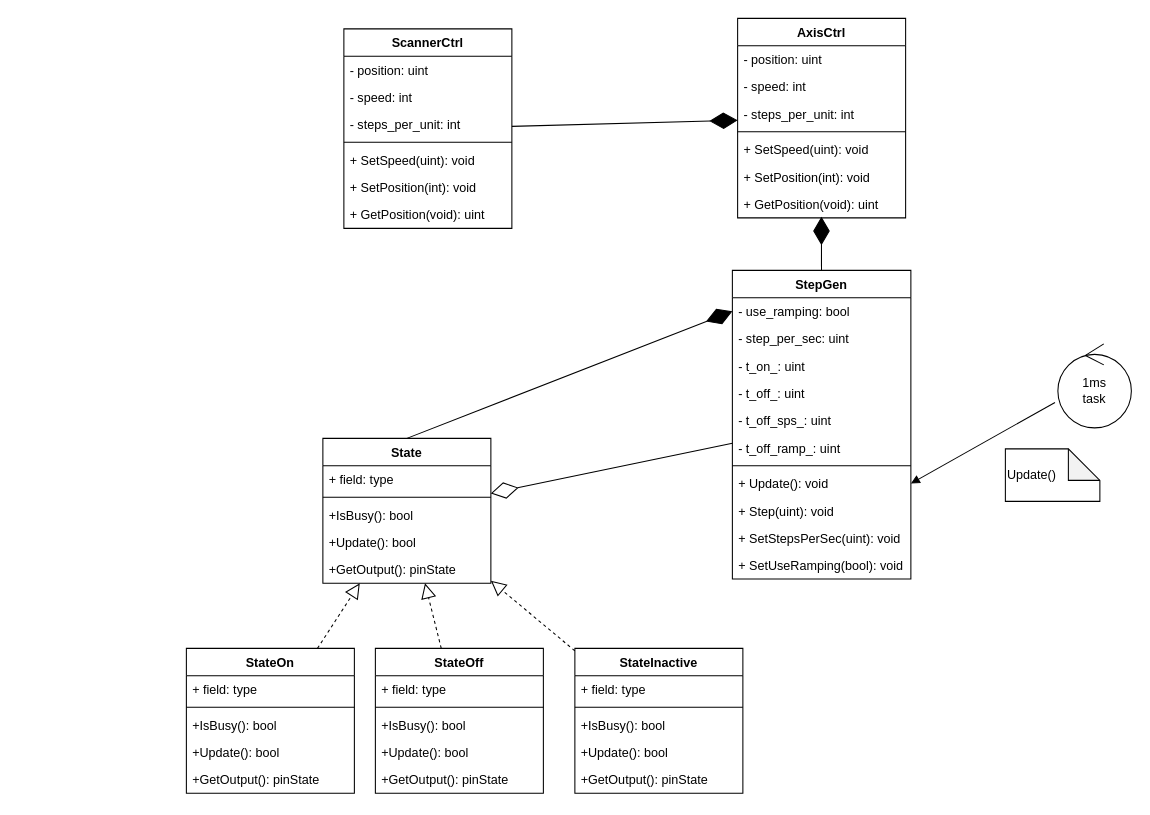
Before: page "Page-1" (1 of 2) of serialEventHdlr/scanner/doc/scanner.drawio in johanp1/HackDay, a draw.io diagram. Source tidied: cells renumbered, new cells numbered last; positions are measured from the earlier drawing's top-left corner, leaving out a move shared by most shapes. Both pictures are drawn from the tidied source at 105%, with x=0, y=0 at pixel (186, 18).
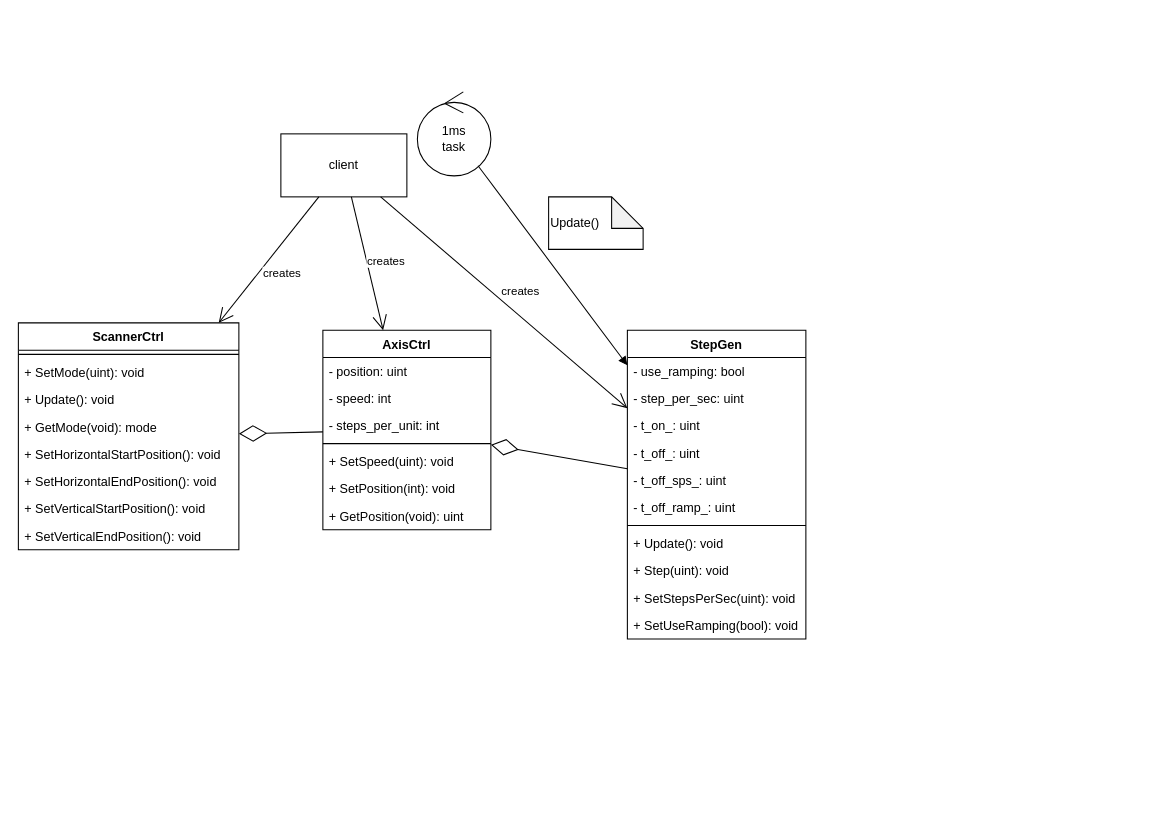
The same page after the edit.

Commit message (it also covers changes not shown here):
scanner.drawio updated to reflect recent changes

Unchanged cells that the change refers to:
```xml
<mxCell id="9" value="+ GetPosition(void): uint" style="text;strokeColor=none;fillColor=none;align=left;verticalAlign=top;spacingLeft=4;spacingRight=4;overflow=hidden;points=[[0,0.5],[1,0.5]];portConstraint=eastwest;" parent="2" vertex="1">
  <mxGeometry y="164" width="160" height="26" as="geometry" />
</mxCell>
<mxCell id="11" value="- use_ramping: bool" style="text;strokeColor=none;fillColor=none;align=left;verticalAlign=top;spacingLeft=4;spacingRight=4;overflow=hidden;points=[[0,0.5],[1,0.5]];portConstraint=eastwest;" parent="10" vertex="1">
  <mxGeometry y="26" width="170" height="26" as="geometry" />
</mxCell>
<mxCell id="18" value="+ Update(): void" style="text;strokeColor=none;fillColor=none;align=left;verticalAlign=top;spacingLeft=4;spacingRight=4;overflow=hidden;points=[[0,0.5],[1,0.5]];portConstraint=eastwest;" parent="10" vertex="1">
  <mxGeometry y="190" width="170" height="26" as="geometry" />
</mxCell>
```

Diff of the diagram source:
```diff
@@
     <mxCell id="2" value="AxisCtrl" style="swimlane;fontStyle=1;align=center;verticalAlign=top;horizontal=1;startSize=26;" parent="1" vertex="1">
-      <mxGeometry x="525" width="160" height="190" as="geometry" />
+      <mxGeometry x="130" y="297" width="160" height="190" as="geometry" />
     </mxCell>
@@
     <mxCell id="10" value="StepGen" style="swimlane;fontStyle=1;align=center;verticalAlign=top;horizontal=1;startSize=26;" parent="1" vertex="1">
-      <mxGeometry x="520" y="240" width="170" height="294" as="geometry" />
+      <mxGeometry x="420" y="297" width="170" height="294" as="geometry" />
     </mxCell>
@@
-    <mxCell id="22" style="endArrow=diamondThin;endFill=1;endSize=24;html=1;rounded=0;entryX=0.499;entryY=0.962;entryDx=0;entryDy=0;entryPerimeter=0;" parent="1" edge="1" source="10" target="9">
-      <mxGeometry relative="1" as="geometry" />
-    </mxCell>
-    <mxCell id="23" value="State" style="swimlane;fontStyle=1;align=center;verticalAlign=top;horizontal=1;startSize=26;" parent="1" vertex="1">
-      <mxGeometry x="130" y="400" width="160" height="138" as="geometry" />
-    </mxCell>
-    <mxCell id="24" value="+ field: type" style="text;strokeColor=none;fillColor=none;align=left;verticalAlign=top;spacingLeft=4;spacingRight=4;overflow=hidden;" parent="23" vertex="1">
-      <mxGeometry y="26" width="160" height="26" as="geometry" />
-    </mxCell>
-    <mxCell id="25" style="line;strokeWidth=1;fillColor=none;align=left;verticalAlign=middle;spacingTop=-1;spacingLeft=3;spacingRight=3;labelPosition=right;" parent="23" vertex="1">
-      <mxGeometry y="52" width="160" height="8" as="geometry" />
-    </mxCell>
-    <mxCell id="26" value="+IsBusy(): bool" style="text;strokeColor=none;fillColor=none;align=left;verticalAlign=top;spacingLeft=4;spacingRight=4;overflow=hidden;" parent="23" vertex="1">
-      <mxGeometry y="60" width="160" height="26" as="geometry" />
-    </mxCell>
-    <mxCell id="27" value="+Update(): bool" style="text;strokeColor=none;fillColor=none;align=left;verticalAlign=top;spacingLeft=4;spacingRight=4;overflow=hidden;" parent="23" vertex="1">
-      <mxGeometry y="86" width="160" height="26" as="geometry" />
-    </mxCell>
-    <mxCell id="28" value="+GetOutput(): pinState" style="text;strokeColor=none;fillColor=none;align=left;verticalAlign=top;spacingLeft=4;spacingRight=4;overflow=hidden;" parent="23" vertex="1">
-      <mxGeometry y="112" width="160" height="26" as="geometry" />
-    </mxCell>
-    <mxCell id="29" style="endArrow=diamondThin;endFill=0;endSize=24;html=1;rounded=0;" parent="1" edge="1" source="10" target="23">
+    <mxCell id="29" style="endArrow=diamondThin;endFill=0;endSize=24;html=1;rounded=0;" parent="1" edge="1" source="10" target="2">
       <mxGeometry relative="1" as="geometry" />
     </mxCell>
-    <mxCell id="30" style="endArrow=diamondThin;endFill=1;endSize=24;html=1;rounded=0;exitX=0.5;exitY=0;exitDx=0;exitDy=0;entryX=0;entryY=0.5;entryDx=0;entryDy=0;" parent="1" edge="1" source="23" target="11">
-      <mxGeometry relative="1" as="geometry" />
-    </mxCell>
-    <mxCell id="31" value="StateInactive" style="swimlane;fontStyle=1;align=center;verticalAlign=top;horizontal=1;startSize=26;" parent="1" vertex="1">
-      <mxGeometry x="370" y="600" width="160" height="138" as="geometry" />
-    </mxCell>
-    <mxCell id="32" value="+ field: type" style="text;strokeColor=none;fillColor=none;align=left;verticalAlign=top;spacingLeft=4;spacingRight=4;overflow=hidden;" parent="31" vertex="1">
-      <mxGeometry y="26" width="160" height="26" as="geometry" />
-    </mxCell>
-    <mxCell id="33" style="line;strokeWidth=1;fillColor=none;align=left;verticalAlign=middle;spacingTop=-1;spacingLeft=3;spacingRight=3;labelPosition=right;" parent="31" vertex="1">
-      <mxGeometry y="52" width="160" height="8" as="geometry" />
-    </mxCell>
-    <mxCell id="34" value="+IsBusy(): bool" style="text;strokeColor=none;fillColor=none;align=left;verticalAlign=top;spacingLeft=4;spacingRight=4;overflow=hidden;" parent="31" vertex="1">
-      <mxGeometry y="60" width="160" height="26" as="geometry" />
-    </mxCell>
-    <mxCell id="35" value="+Update(): bool" style="text;strokeColor=none;fillColor=none;align=left;verticalAlign=top;spacingLeft=4;spacingRight=4;overflow=hidden;" parent="31" vertex="1">
-      <mxGeometry y="86" width="160" height="26" as="geometry" />
-    </mxCell>
-    <mxCell id="36" value="+GetOutput(): pinState" style="text;strokeColor=none;fillColor=none;align=left;verticalAlign=top;spacingLeft=4;spacingRight=4;overflow=hidden;" parent="31" vertex="1">
-      <mxGeometry y="112" width="160" height="26" as="geometry" />
-    </mxCell>
-    <mxCell id="37" value="StateOff" style="swimlane;fontStyle=1;align=center;verticalAlign=top;horizontal=1;startSize=26;" parent="1" vertex="1">
-      <mxGeometry x="180" y="600" width="160" height="138" as="geometry" />
-    </mxCell>
-    <mxCell id="38" value="+ field: type" style="text;strokeColor=none;fillColor=none;align=left;verticalAlign=top;spacingLeft=4;spacingRight=4;overflow=hidden;" parent="37" vertex="1">
-      <mxGeometry y="26" width="160" height="26" as="geometry" />
-    </mxCell>
-    <mxCell id="39" style="line;strokeWidth=1;fillColor=none;align=left;verticalAlign=middle;spacingTop=-1;spacingLeft=3;spacingRight=3;labelPosition=right;" parent="37" vertex="1">
-      <mxGeometry y="52" width="160" height="8" as="geometry" />
-    </mxCell>
-    <mxCell id="40" value="+IsBusy(): bool" style="text;strokeColor=none;fillColor=none;align=left;verticalAlign=top;spacingLeft=4;spacingRight=4;overflow=hidden;" parent="37" vertex="1">
-      <mxGeometry y="60" width="160" height="26" as="geometry" />
-    </mxCell>
-    <mxCell id="41" value="+Update(): bool" style="text;strokeColor=none;fillColor=none;align=left;verticalAlign=top;spacingLeft=4;spacingRight=4;overflow=hidden;" parent="37" vertex="1">
-      <mxGeometry y="86" width="160" height="26" as="geometry" />
-    </mxCell>
-    <mxCell id="42" value="+GetOutput(): pinState" style="text;strokeColor=none;fillColor=none;align=left;verticalAlign=top;spacingLeft=4;spacingRight=4;overflow=hidden;" parent="37" vertex="1">
-      <mxGeometry y="112" width="160" height="26" as="geometry" />
-    </mxCell>
-    <mxCell id="43" value="StateOn" style="swimlane;fontStyle=1;align=center;verticalAlign=top;horizontal=1;startSize=26;" parent="1" vertex="1">
-      <mxGeometry y="600" width="160" height="138" as="geometry" />
-    </mxCell>
-    <mxCell id="44" value="+ field: type" style="text;strokeColor=none;fillColor=none;align=left;verticalAlign=top;spacingLeft=4;spacingRight=4;overflow=hidden;" parent="43" vertex="1">
-      <mxGeometry y="26" width="160" height="26" as="geometry" />
-    </mxCell>
-    <mxCell id="45" style="line;strokeWidth=1;fillColor=none;align=left;verticalAlign=middle;spacingTop=-1;spacingLeft=3;spacingRight=3;labelPosition=right;" parent="43" vertex="1">
-      <mxGeometry y="52" width="160" height="8" as="geometry" />
-    </mxCell>
-    <mxCell id="46" value="+IsBusy(): bool" style="text;strokeColor=none;fillColor=none;align=left;verticalAlign=top;spacingLeft=4;spacingRight=4;overflow=hidden;" parent="43" vertex="1">
-      <mxGeometry y="60" width="160" height="26" as="geometry" />
-    </mxCell>
-    <mxCell id="47" value="+Update(): bool" style="text;strokeColor=none;fillColor=none;align=left;verticalAlign=top;spacingLeft=4;spacingRight=4;overflow=hidden;" parent="43" vertex="1">
-      <mxGeometry y="86" width="160" height="26" as="geometry" />
-    </mxCell>
-    <mxCell id="48" value="+GetOutput(): pinState" style="text;strokeColor=none;fillColor=none;align=left;verticalAlign=top;spacingLeft=4;spacingRight=4;overflow=hidden;" parent="43" vertex="1">
-      <mxGeometry y="112" width="160" height="26" as="geometry" />
-    </mxCell>
-    <mxCell id="49" style="endArrow=block;dashed=1;endFill=0;endSize=12;html=1;rounded=0;" parent="1" edge="1" source="43" target="23">
-      <mxGeometry relative="1" as="geometry" />
-    </mxCell>
-    <mxCell id="50" style="endArrow=block;dashed=1;endFill=0;endSize=12;html=1;rounded=0;" parent="1" edge="1" source="37" target="23">
-      <mxGeometry relative="1" as="geometry" />
-    </mxCell>
-    <mxCell id="51" style="endArrow=block;dashed=1;endFill=0;endSize=12;html=1;rounded=0;" parent="1" edge="1" source="31" target="23">
-      <mxGeometry relative="1" as="geometry" />
-    </mxCell>
     <mxCell id="52" value="1ms&lt;br&gt;task" style="ellipse;shape=umlControl;whiteSpace=wrap;html=1;" parent="1" vertex="1">
-      <mxGeometry x="830" y="310" width="70" height="80" as="geometry" />
+      <mxGeometry x="220" y="70" width="70" height="80" as="geometry" />
     </mxCell>
-    <mxCell id="53" style="html=1;verticalAlign=bottom;labelBackgroundColor=none;endArrow=block;endFill=1;rounded=0;entryX=1;entryY=0.5;entryDx=0;entryDy=0;exitX=-0.039;exitY=0.697;exitDx=0;exitDy=0;exitPerimeter=0;" parent="1" edge="1" source="52" target="18">
+    <mxCell id="53" style="html=1;verticalAlign=bottom;labelBackgroundColor=none;endArrow=block;endFill=1;rounded=0;" parent="1" edge="1" source="52" target="10">
       <mxGeometry relative="1" as="geometry" />
     </mxCell>
     <mxCell id="54" value="Update()" style="shape=note;whiteSpace=wrap;html=1;backgroundOutline=1;darkOpacity=0.05;align=left;" parent="1" vertex="1">
-      <mxGeometry x="780" y="410" width="90" height="50" as="geometry" />
+      <mxGeometry x="345" y="170" width="90" height="50" as="geometry" />
     </mxCell>
     <mxCell id="55" value="ScannerCtrl" style="swimlane;fontStyle=1;align=center;verticalAlign=top;horizontal=1;startSize=26;" parent="1" vertex="1">
-      <mxGeometry x="150" y="10" width="160" height="190" as="geometry" />
+      <mxGeometry x="-160" y="290" width="210" height="216" as="geometry" />
     </mxCell>
-    <mxCell id="56" value="- position: uint" style="text;strokeColor=none;fillColor=none;align=left;verticalAlign=top;spacingLeft=4;spacingRight=4;overflow=hidden;" parent="55" vertex="1">
-      <mxGeometry y="26" width="160" height="26" as="geometry" />
-    </mxCell>
-    <mxCell id="57" value="- speed: int" style="text;strokeColor=none;fillColor=none;align=left;verticalAlign=top;spacingLeft=4;spacingRight=4;overflow=hidden;" parent="55" vertex="1">
-      <mxGeometry y="52" width="160" height="26" as="geometry" />
-    </mxCell>
-    <mxCell id="58" value="- steps_per_unit: int" style="text;strokeColor=none;fillColor=none;align=left;verticalAlign=top;spacingLeft=4;spacingRight=4;overflow=hidden;" parent="55" vertex="1">
-      <mxGeometry y="78" width="160" height="26" as="geometry" />
-    </mxCell>
     <mxCell id="59" style="line;strokeWidth=1;fillColor=none;align=left;verticalAlign=middle;spacingTop=-1;spacingLeft=3;spacingRight=3;labelPosition=right;" parent="55" vertex="1">
-      <mxGeometry y="104" width="160" height="8" as="geometry" />
+      <mxGeometry y="26" width="210" height="8" as="geometry" />
     </mxCell>
-    <mxCell id="60" value="+ SetSpeed(uint): void" style="text;strokeColor=none;fillColor=none;align=left;verticalAlign=top;spacingLeft=4;spacingRight=4;overflow=hidden;" parent="55" vertex="1">
-      <mxGeometry y="112" width="160" height="26" as="geometry" />
+    <mxCell id="60" value="+ SetMode(uint): void" style="text;strokeColor=none;fillColor=none;align=left;verticalAlign=top;spacingLeft=4;spacingRight=4;overflow=hidden;" parent="55" vertex="1">
+      <mxGeometry y="34" width="210" height="26" as="geometry" />
     </mxCell>
-    <mxCell id="61" value="+ SetPosition(int): void" style="text;strokeColor=none;fillColor=none;align=left;verticalAlign=top;spacingLeft=4;spacingRight=4;overflow=hidden;" parent="55" vertex="1">
-      <mxGeometry y="138" width="160" height="26" as="geometry" />
+    <mxCell id="61" value="+ Update(): void" style="text;strokeColor=none;fillColor=none;align=left;verticalAlign=top;spacingLeft=4;spacingRight=4;overflow=hidden;" parent="55" vertex="1">
+      <mxGeometry y="60" width="210" height="26" as="geometry" />
     </mxCell>
-    <mxCell id="62" value="+ GetPosition(void): uint" style="text;strokeColor=none;fillColor=none;align=left;verticalAlign=top;spacingLeft=4;spacingRight=4;overflow=hidden;" parent="55" vertex="1">
-      <mxGeometry y="164" width="160" height="26" as="geometry" />
+    <mxCell id="62" value="+ GetMode(void): mode" style="text;strokeColor=none;fillColor=none;align=left;verticalAlign=top;spacingLeft=4;spacingRight=4;overflow=hidden;" parent="55" vertex="1">
+      <mxGeometry y="86" width="210" height="26" as="geometry" />
     </mxCell>
-    <mxCell id="63" style="endArrow=diamondThin;endFill=1;endSize=24;html=1;rounded=0;" parent="1" edge="1" source="55" target="2">
-      <mxGeometry relative="1" as="geometry" />
-    </mxCell>
+    <mxCell id="64" value="+ SetHorizontalStartPosition(): void" style="text;strokeColor=none;fillColor=none;align=left;verticalAlign=top;spacingLeft=4;spacingRight=4;overflow=hidden;" parent="55" vertex="1">
+      <mxGeometry y="112" width="210" height="26" as="geometry" />
+    </mxCell>
+    <mxCell id="65" value="+ SetHorizontalEndPosition(): void" style="text;strokeColor=none;fillColor=none;align=left;verticalAlign=top;spacingLeft=4;spacingRight=4;overflow=hidden;" parent="55" vertex="1">
+      <mxGeometry y="138" width="210" height="26" as="geometry" />
+    </mxCell>
+    <mxCell id="66" value="+ SetVerticalStartPosition(): void" style="text;strokeColor=none;fillColor=none;align=left;verticalAlign=top;spacingLeft=4;spacingRight=4;overflow=hidden;" parent="55" vertex="1">
+      <mxGeometry y="164" width="210" height="26" as="geometry" />
+    </mxCell>
+    <mxCell id="67" value="+ SetVerticalEndPosition(): void" style="text;strokeColor=none;fillColor=none;align=left;verticalAlign=top;spacingLeft=4;spacingRight=4;overflow=hidden;" parent="55" vertex="1">
+      <mxGeometry y="190" width="210" height="26" as="geometry" />
+    </mxCell>
+    <mxCell id="68" value="client" style="rounded=0;whiteSpace=wrap;html=1;" parent="1" vertex="1">
+      <mxGeometry x="90" y="110" width="120" height="60" as="geometry" />
+    </mxCell>
+    <mxCell id="69" value="creates" style="endArrow=open;endFill=1;endSize=12;html=1;rounded=0;" parent="1" edge="1" source="68" target="10">
+      <mxGeometry x="0.03" y="18" relative="1" as="geometry" />
+    </mxCell>
+    <mxCell id="70" value="creates" style="endArrow=open;endFill=1;endSize=12;html=1;rounded=0;" parent="1" edge="1" source="68" target="55">
+      <mxGeometry x="0.03" y="18" relative="1" as="geometry" />
+    </mxCell>
+    <mxCell id="71" value="creates" style="endArrow=open;endFill=1;endSize=12;html=1;rounded=0;" parent="1" edge="1" source="68" target="2">
+      <mxGeometry x="0.03" y="18" relative="1" as="geometry" />
+    </mxCell>
+    <mxCell id="72" style="endArrow=diamondThin;endFill=0;endSize=24;html=1;rounded=0;" parent="1" edge="1" source="2" target="55">
+      <mxGeometry relative="1" as="geometry" />
+    </mxCell>
```
